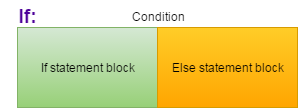
This is img/if_statement_editor.png from premun/diploma-thesis, a draw.io export, as it was before one commit. Source tidied: cells renumbered, new cells last; positions are measured from the earlier drawing's top-left corner, leaving out a move shared by most shapes.
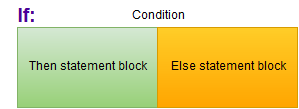
Later version of the same file.

Commit message:
Fix images (if -> then statement block)

The edit, as a diff of the source:
```diff
@@ -2,7 +2,7 @@
   <root>
     <mxCell id="0" />
     <mxCell id="1" parent="0" />
-    <mxCell id="2" value="&lt;font style=&quot;font-size: 12px;&quot;&gt;If statement block&lt;/font&gt;" style="whiteSpace=wrap;html=1;fontSize=12;plain-green;" parent="1" vertex="1">
+    <mxCell id="2" value="&lt;font style=&quot;font-size: 12px&quot;&gt;Then statement block&lt;/font&gt;" style="whiteSpace=wrap;html=1;fontSize=12;plain-green;" parent="1" vertex="1">
       <mxGeometry x="16" y="26" width="140" height="80" as="geometry" />
     </mxCell>
     <mxCell id="3" value="&lt;font style=&quot;font-size: 12px&quot;&gt;Else statement block&lt;/font&gt;" style="whiteSpace=wrap;html=1;fontSize=12;plain-orange;" parent="1" vertex="1">
```
